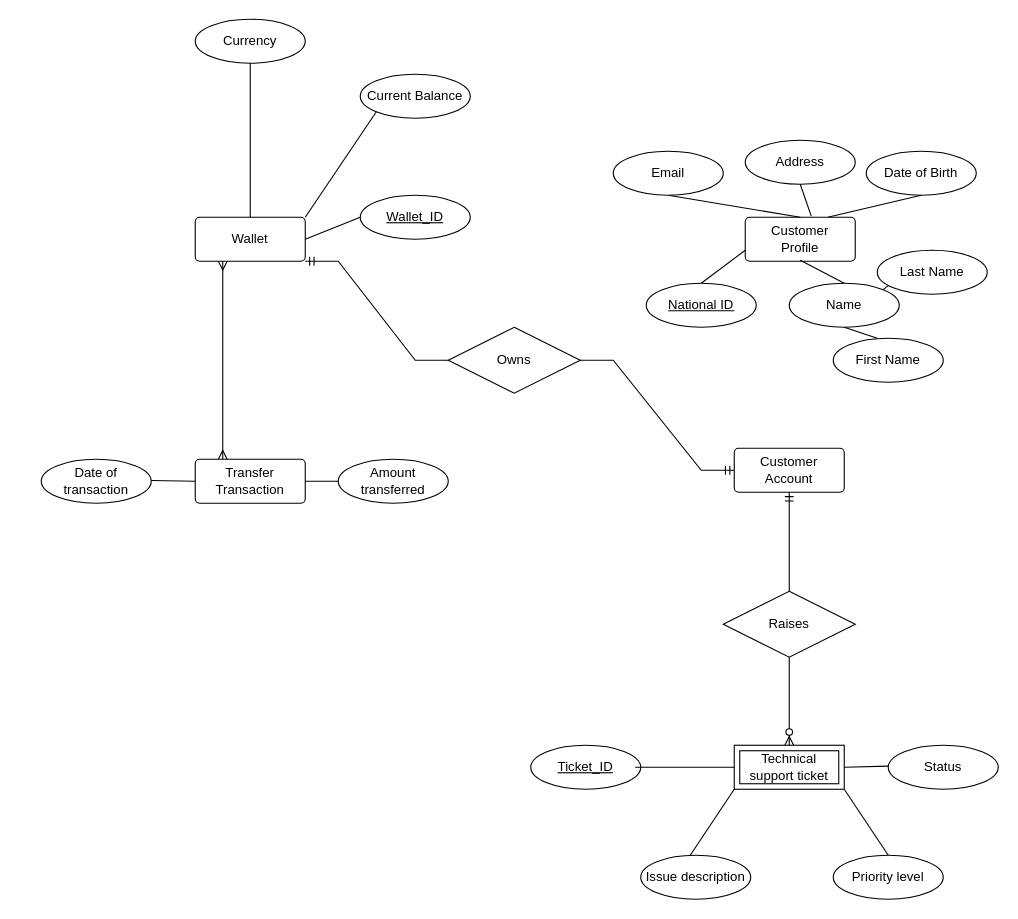
This is Untitled Diagram.drawio from itsfadymate/Customer-Data-Management-System, a draw.io file, before an edit. Source tidied: cells renumbered, new cells numbered last; positions are measured from the earlier drawing's top-left corner, leaving out a move shared by most shapes. Both pictures are drawn from the tidied source at 110%, with x=0, y=0 at pixel (41, 19).
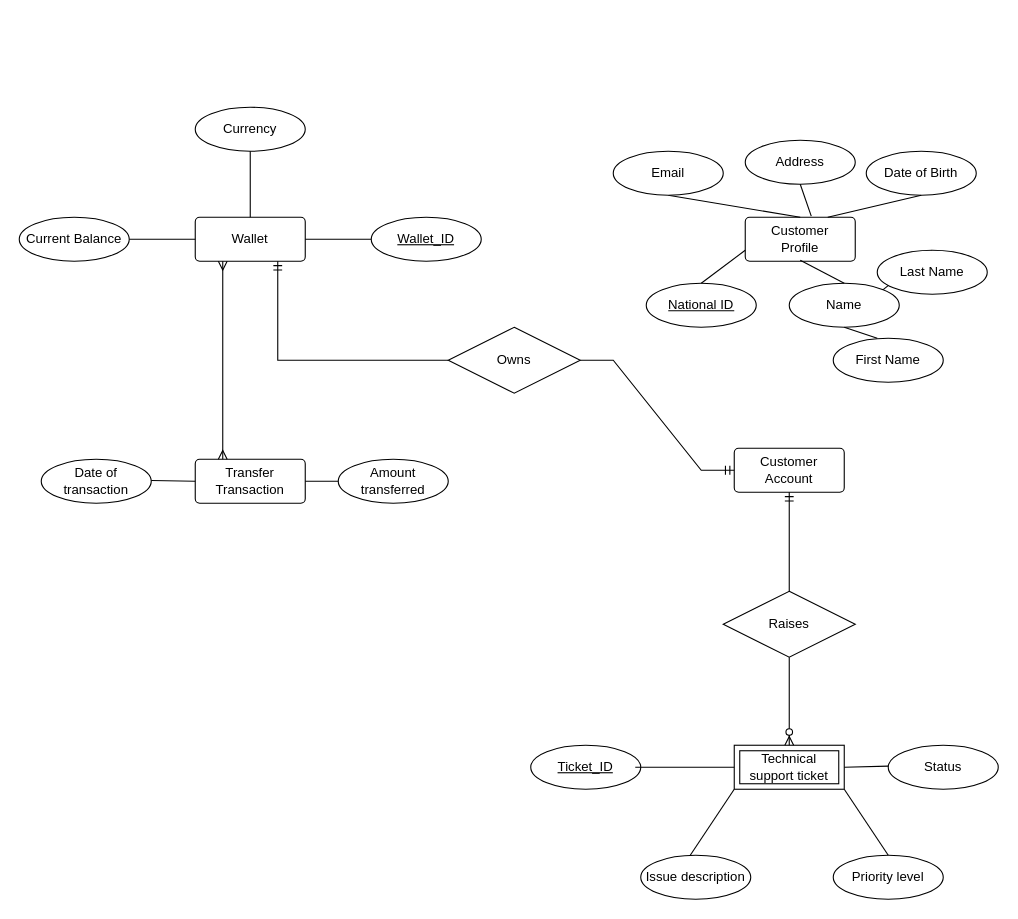
The same page after the edit.

The change refers to these unchanged cells:
```xml
<mxCell id="3" value="Wallet" style="rounded=1;arcSize=10;whiteSpace=wrap;html=1;align=center;" parent="1" vertex="1">
  <mxGeometry x="140" y="180" width="100" height="40" as="geometry" />
</mxCell>
<mxCell id="13" value="Owns" style="shape=rhombus;perimeter=rhombusPerimeter;whiteSpace=wrap;html=1;align=center;" parent="1" vertex="1">
  <mxGeometry x="370" y="280" width="120" height="60" as="geometry" />
</mxCell>
```

What changed in the source:
```diff
@@
     <mxCell id="4" value="Currency" style="ellipse;whiteSpace=wrap;html=1;align=center;" parent="1" vertex="1">
-      <mxGeometry x="140" width="100" height="40" as="geometry" />
+      <mxGeometry x="140" y="80" width="100" height="40" as="geometry" />
     </mxCell>
     <mxCell id="5" value="Current Balance" style="ellipse;whiteSpace=wrap;html=1;align=center;" parent="1" vertex="1">
-      <mxGeometry x="290" y="50" width="100" height="40" as="geometry" />
+      <mxGeometry x="-20" y="180" width="100" height="40" as="geometry" />
     </mxCell>
     <mxCell id="6" value="Wallet_ID" style="ellipse;whiteSpace=wrap;html=1;align=center;fontStyle=4;" parent="1" vertex="1">
-      <mxGeometry x="290" y="160" width="100" height="40" as="geometry" />
+      <mxGeometry x="300" y="180" width="100" height="40" as="geometry" />
     </mxCell>
@@
-    <mxCell id="8" style="endArrow=none;html=1;rounded=0;exitX=1;exitY=0;exitDx=0;exitDy=0;entryX=0;entryY=1;entryDx=0;entryDy=0;" parent="1" edge="1" source="3" target="5">
-      <mxGeometry relative="1" as="geometry" />
-    </mxCell>
@@
-    <mxCell id="19" style="edgeStyle=entityRelationEdgeStyle;fontSize=12;html=1;endArrow=ERmandOne;rounded=0;entryX=1;entryY=1;entryDx=0;entryDy=0;exitX=0;exitY=0.5;exitDx=0;exitDy=0;" parent="1" edge="1" source="13" target="3">
+    <mxCell id="19" style="edgeStyle=orthogonalEdgeStyle;fontSize=12;html=1;endArrow=ERmandOne;rounded=0;entryX=0.75;entryY=1;entryDx=0;entryDy=0;exitX=0;exitY=0.5;exitDx=0;exitDy=0;" parent="1" edge="1" source="13" target="3">
       <mxGeometry relative="1" as="geometry" />
     </mxCell>
@@
+    <mxCell id="48" style="endArrow=none;html=1;rounded=0;entryX=0;entryY=0.5;entryDx=0;entryDy=0;exitX=1;exitY=0.5;exitDx=0;exitDy=0;" parent="1" edge="1" source="5" target="3">
+      <mxGeometry relative="1" as="geometry" />
+    </mxCell>
```
